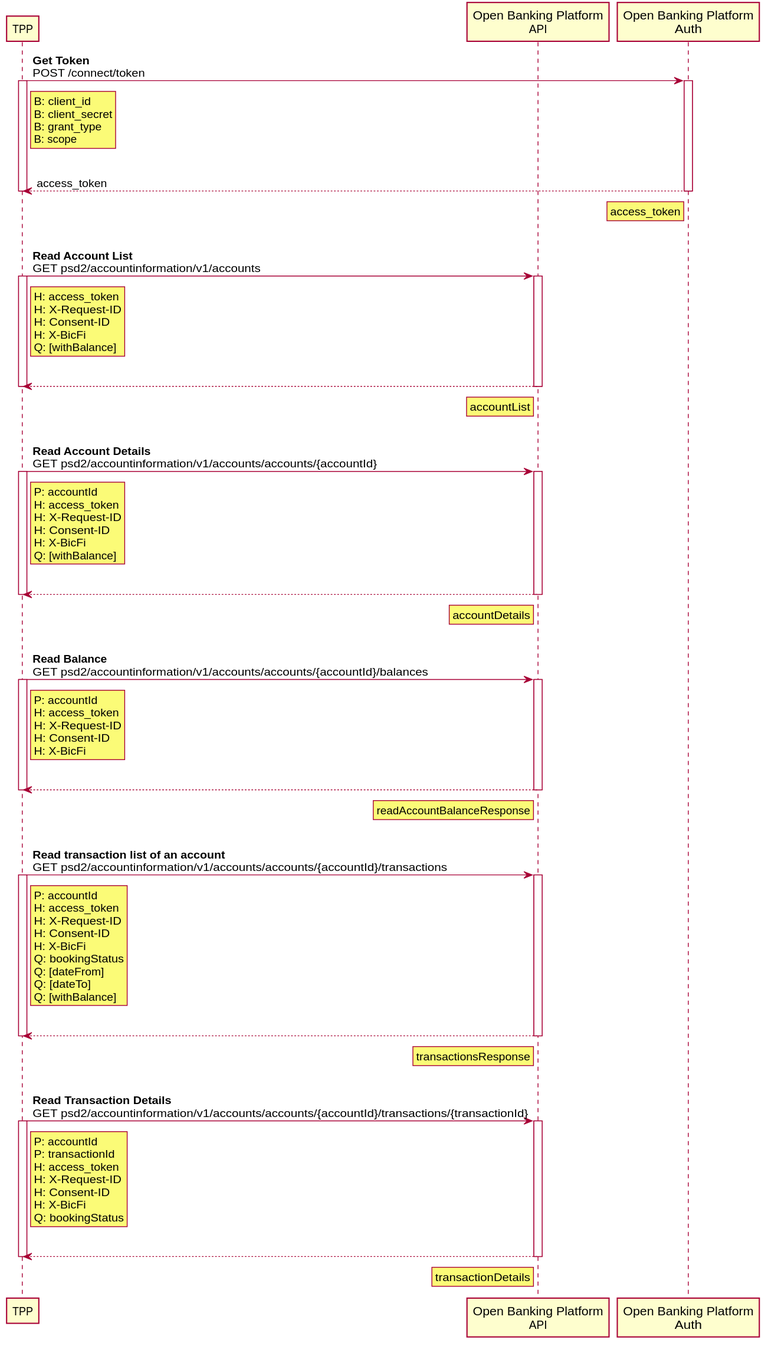
Earlier version of the PlantUML export website/static/img/ais.svg (openpaymentseurope/docs). Source of this version:
```plantuml
@startuml

skinparam shadowing false


participant "TPP" as tpp
participant "Open Banking Platform\nAPI" as obpapi
participant "Open Banking Platform\nAuth" as obpauth

tpp -> obpauth: **Get Token**\nPOST /connect/token
activate tpp
rnote right of tpp
B: client_id
B: client_secret
B: grant_type
B: scope
endrnote
activate obpauth
|||
obpauth --> tpp: access_token
deactivate obpauth
deactivate tpp
rnote left of obpauth
access_token
endrnote

|||

tpp -> obpapi: **Read Account List**\nGET psd2/accountinformation/v1/accounts
activate tpp
rnote right of tpp
H: access_token
H: X-Request-ID
H: Consent-ID
H: X-BicFi
Q: [withBalance]
endrnote
activate obpapi
|||
obpapi --> tpp:
deactivate obpapi
deactivate tpp
rnote left of obpapi
accountList
endrnote

|||

tpp -> obpapi: **Read Account Details**\nGET psd2/accountinformation/v1/accounts/accounts/{accountId}
activate tpp
rnote right of tpp
P: accountId
H: access_token
H: X-Request-ID
H: Consent-ID
H: X-BicFi
Q: [withBalance]
endrnote
activate obpapi
|||
obpapi --> tpp:
deactivate obpapi
deactivate tpp
rnote left of obpapi
accountDetails
endrnote

|||

tpp -> obpapi: **Read Balance**\nGET psd2/accountinformation/v1/accounts/accounts/{accountId}/balances
activate tpp
rnote right of tpp
P: accountId
H: access_token
H: X-Request-ID
H: Consent-ID
H: X-BicFi
endrnote
activate obpapi
|||
obpapi --> tpp:
deactivate obpapi
deactivate tpp
rnote left of obpapi
readAccountBalanceResponse
endrnote

|||

tpp -> obpapi: **Read transaction list of an account**\nGET psd2/accountinformation/v1/accounts/accounts/{accountId}/transactions
activate tpp
rnote right of tpp
P: accountId
H: access_token
H: X-Request-ID
H: Consent-ID
H: X-BicFi
Q: bookingStatus
Q: [dateFrom]
Q: [dateTo]
Q: [withBalance]
endrnote
activate obpapi
|||
obpapi --> tpp:
deactivate obpapi
deactivate tpp
rnote left of obpapi
transactionsResponse
endrnote

|||

tpp -> obpapi: **Read Transaction Details**\nGET psd2/accountinformation/v1/accounts/accounts/{accountId}/transactions/{transactionId}
activate tpp
rnote right of tpp
P: accountId
P: transactionId
H: access_token
H: X-Request-ID
H: Consent-ID
H: X-BicFi
Q: bookingStatus
endrnote
activate obpapi
|||
obpapi --> tpp:
deactivate obpapi
deactivate tpp
rnote left of obpapi
transactionDetails
endrnote

@enduml
```
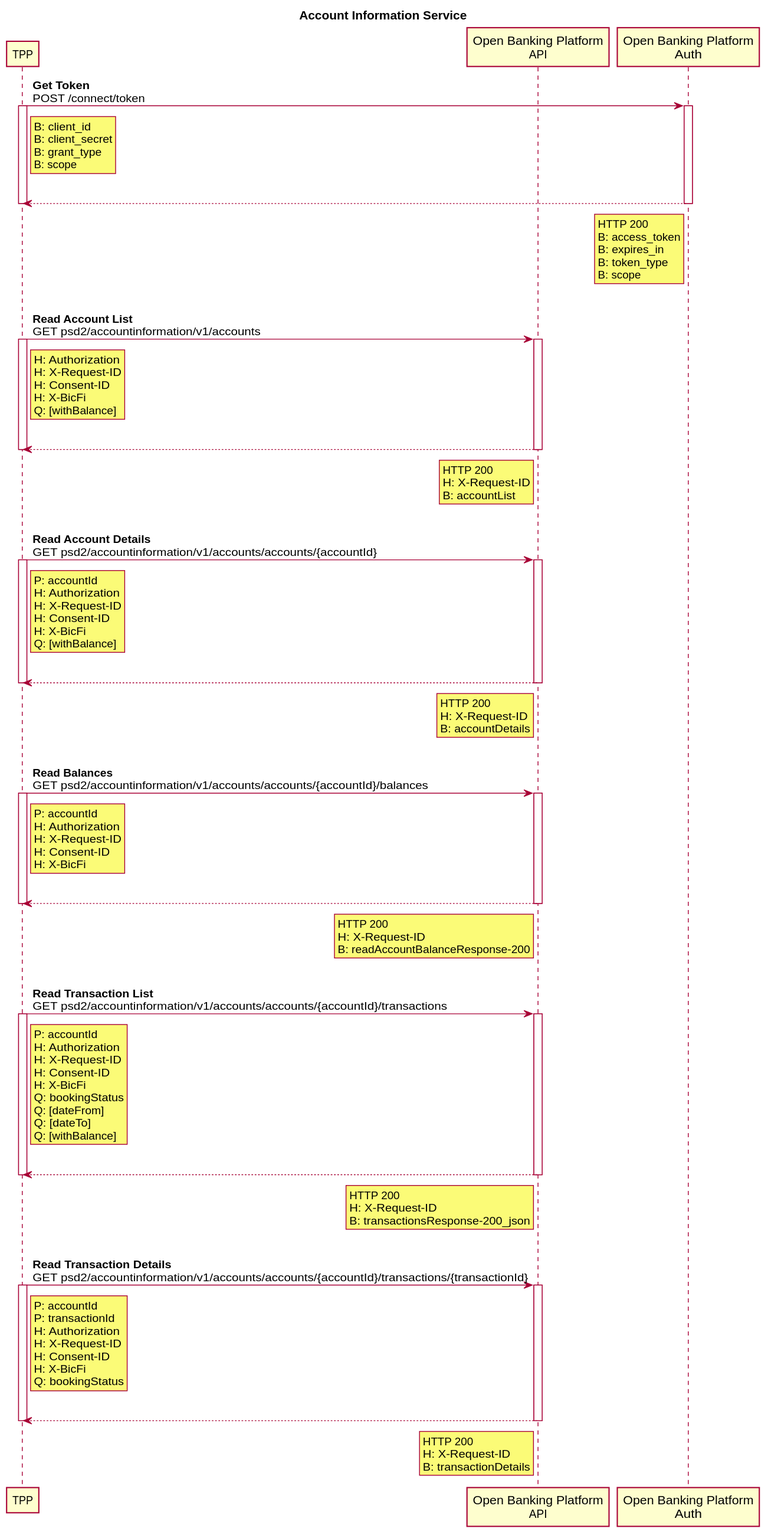
The same diagram one commit later.

Diff of the diagram source:
```diff
@@ -2,6 +2,7 @@
 
 skinparam shadowing false
 
+title Account Information Service
 
 participant "TPP" as tpp
 participant "Open Banking Platform\nAPI" as obpapi
@@ -17,11 +18,15 @@
 endrnote
 activate obpauth
 |||
-obpauth --> tpp: access_token
+obpauth --> tpp:
 deactivate obpauth
 deactivate tpp
 rnote left of obpauth
-access_token
+HTTP 200
+B: access_token
+B: expires_in
+B: token_type
+B: scope
 endrnote
 
 |||
@@ -29,7 +34,7 @@
 tpp -> obpapi: **Read Account List**\nGET psd2/accountinformation/v1/accounts
 activate tpp
 rnote right of tpp
-H: access_token
+H: Authorization
 H: X-Request-ID
 H: Consent-ID
 H: X-BicFi
@@ -41,7 +46,9 @@
 deactivate obpapi
 deactivate tpp
 rnote left of obpapi
-accountList
+HTTP 200
+H: X-Request-ID
+B: accountList
 endrnote
 
 |||
@@ -50,7 +57,7 @@
 activate tpp
 rnote right of tpp
 P: accountId
-H: access_token
+H: Authorization
 H: X-Request-ID
 H: Consent-ID
 H: X-BicFi
@@ -62,16 +69,18 @@
 deactivate obpapi
 deactivate tpp
 rnote left of obpapi
-accountDetails
+HTTP 200
+H: X-Request-ID
+B: accountDetails
 endrnote
 
 |||
 
-tpp -> obpapi: **Read Balance**\nGET psd2/accountinformation/v1/accounts/accounts/{accountId}/balances
+tpp -> obpapi: **Read Balances**\nGET psd2/accountinformation/v1/accounts/accounts/{accountId}/balances
 activate tpp
 rnote right of tpp
 P: accountId
-H: access_token
+H: Authorization
 H: X-Request-ID
 H: Consent-ID
 H: X-BicFi
@@ -82,16 +91,18 @@
 deactivate obpapi
 deactivate tpp
 rnote left of obpapi
-readAccountBalanceResponse
+HTTP 200
+H: X-Request-ID
+B: readAccountBalanceResponse-200
 endrnote
 
 |||
 
-tpp -> obpapi: **Read transaction list of an account**\nGET psd2/accountinformation/v1/accounts/accounts/{accountId}/transactions
+tpp -> obpapi: **Read Transaction List**\nGET psd2/accountinformation/v1/accounts/accounts/{accountId}/transactions
 activate tpp
 rnote right of tpp
 P: accountId
-H: access_token
+H: Authorization
 H: X-Request-ID
 H: Consent-ID
 H: X-BicFi
@@ -106,7 +117,9 @@
 deactivate obpapi
 deactivate tpp
 rnote left of obpapi
-transactionsResponse
+HTTP 200
+H: X-Request-ID
+B: transactionsResponse-200_json
 endrnote
 
 |||
@@ -116,7 +129,7 @@
 rnote right of tpp
 P: accountId
 P: transactionId
-H: access_token
+H: Authorization
 H: X-Request-ID
 H: Consent-ID
 H: X-BicFi
@@ -128,7 +141,9 @@
 deactivate obpapi
 deactivate tpp
 rnote left of obpapi
-transactionDetails
+HTTP 200
+H: X-Request-ID
+B: transactionDetails
 endrnote
 
 @enduml
```
